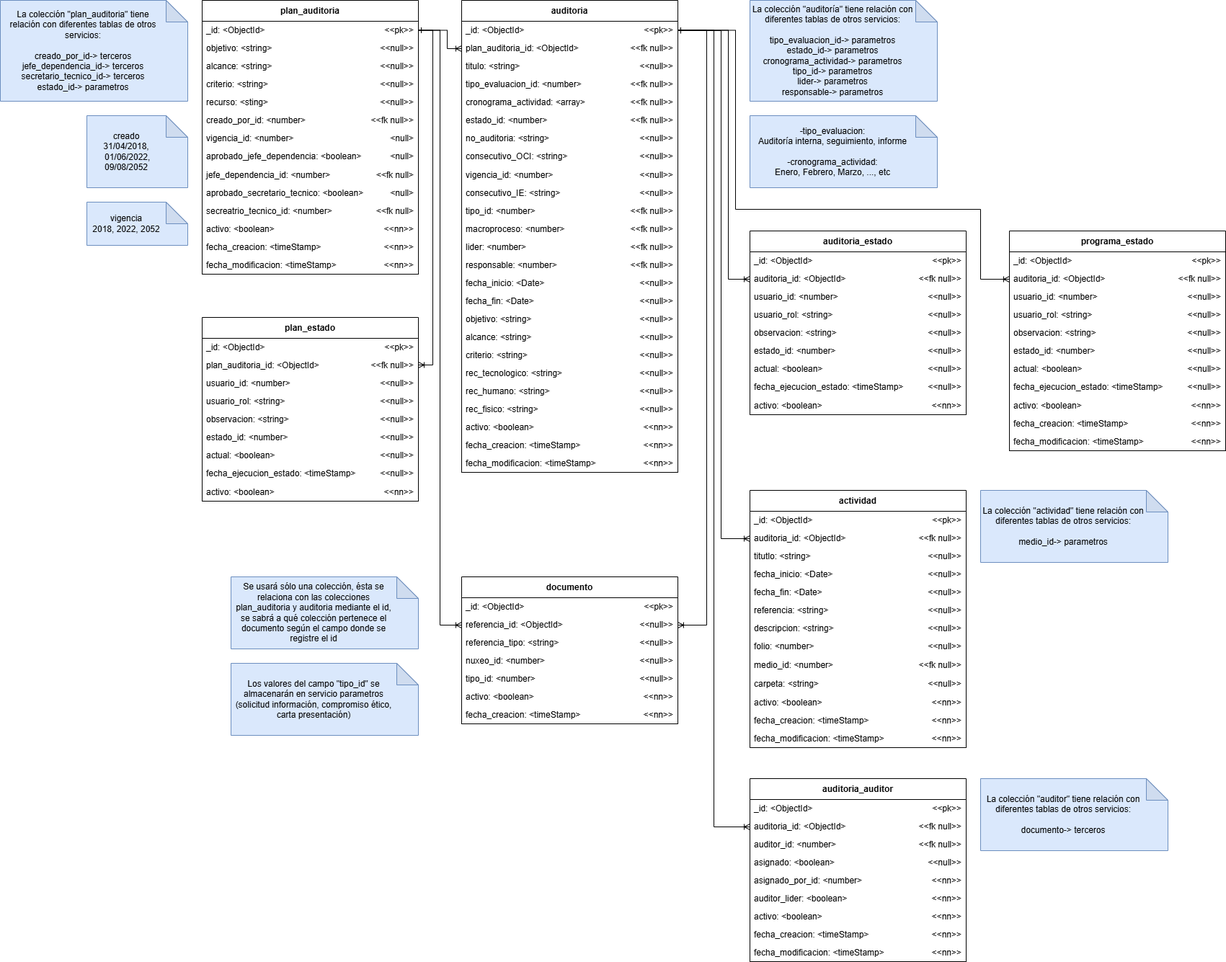
Before: database/plan_anual_de_auditoría_V7.png, a diagram exported from draw.io (udistrital/plan_anual_auditoria_crud). Source tidied: cells renumbered, new cells last; positions are measured from the earlier drawing's top-left corner, leaving out a move shared by most shapes.
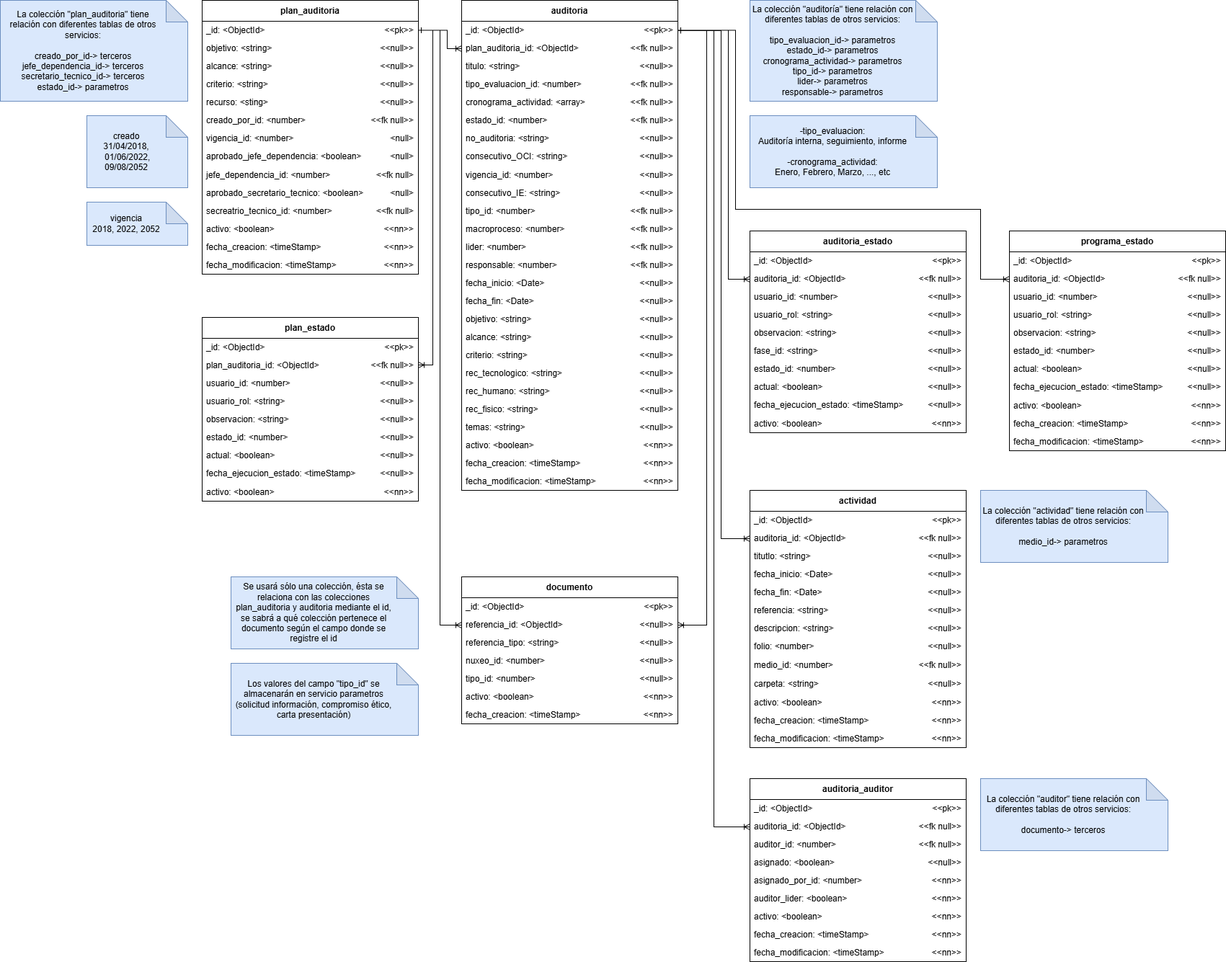
The same diagram one commit later.

Commit message:
feat: campo fase_id para los estados de las auditorias. udistrital/sisifo_documentacion#461

The edit, as a diff of the source:
```diff
@@ -149,10 +149,10 @@
       <mxGeometry x="1040" y="160" width="260" height="100" as="geometry" />
     </mxCell>
     <mxCell id="49" value="auditoria" style="swimlane;fontStyle=1;align=center;verticalAlign=middle;horizontal=1;startSize=29;html=1;whiteSpace=wrap;spacing=2;" parent="1" vertex="1">
-      <mxGeometry x="640" width="300" height="655" as="geometry" />
+      <mxGeometry x="640" width="300" height="680" as="geometry" />
     </mxCell>
     <mxCell id="50" style="shadow=0;fillColor=default;strokeColor=light-dark(#000000, #484848);spacing=2;" parent="49" vertex="1">
-      <mxGeometry y="29" width="300" height="626" as="geometry" />
+      <mxGeometry y="29" width="300" height="651" as="geometry" />
     </mxCell>
     <mxCell id="51" style="shape=tableRow;horizontal=0;startSize=0;swimlaneHead=0;swimlaneBody=0;top=0;left=0;bottom=0;right=0;fontStyle=0;fillColor=none;" parent="50" vertex="1">
       <mxGeometry width="300" height="25" as="geometry" />
@@ -352,8 +352,17 @@
     <mxCell id="116" value="&amp;lt;&amp;lt;null&amp;gt;&amp;gt;" style="strokeColor=none;fillColor=none;align=right;whiteSpace=wrap;html=1;spacing=6;" parent="114" vertex="1">
       <mxGeometry x="230" width="70" height="25" as="geometry" />
     </mxCell>
+    <mxCell id="326" style="shape=tableRow;horizontal=0;startSize=0;swimlaneHead=0;swimlaneBody=0;top=0;left=0;bottom=0;right=0;fontStyle=0;fillColor=none;" parent="50" vertex="1">
+      <mxGeometry y="551" width="300" height="25" as="geometry" />
+    </mxCell>
+    <mxCell id="327" value="temas: &amp;lt;string&amp;gt;" style="strokeColor=none;fillColor=none;align=left;whiteSpace=wrap;html=1;spacing=6;" parent="326" vertex="1">
+      <mxGeometry width="230" height="25" as="geometry" />
+    </mxCell>
+    <mxCell id="328" value="&amp;lt;&amp;lt;null&amp;gt;&amp;gt;" style="strokeColor=none;fillColor=none;align=right;whiteSpace=wrap;html=1;spacing=6;" parent="326" vertex="1">
+      <mxGeometry x="230" width="70" height="25" as="geometry" />
+    </mxCell>
     <mxCell id="117" style="shape=tableRow;horizontal=0;startSize=0;swimlaneHead=0;swimlaneBody=0;top=0;left=0;bottom=0;right=0;fontStyle=0;fillColor=none;" parent="50" vertex="1">
-      <mxGeometry y="551" width="300" height="25" as="geometry" />
+      <mxGeometry y="576" width="300" height="25" as="geometry" />
     </mxCell>
     <mxCell id="118" value="activo: &amp;lt;boolean&amp;gt;" style="strokeColor=none;fillColor=none;align=left;whiteSpace=wrap;html=1;spacing=6;" parent="117" vertex="1">
       <mxGeometry width="230" height="25" as="geometry" />
@@ -362,7 +371,7 @@
       <mxGeometry x="230" width="70" height="25" as="geometry" />
     </mxCell>
     <mxCell id="120" style="shape=tableRow;horizontal=0;startSize=0;swimlaneHead=0;swimlaneBody=0;top=0;left=0;bottom=0;right=0;fontStyle=0;fillColor=none;" parent="50" vertex="1">
-      <mxGeometry y="576" width="300" height="25" as="geometry" />
+      <mxGeometry y="601" width="300" height="25" as="geometry" />
     </mxCell>
     <mxCell id="121" value="fecha_creacion: &amp;lt;timeStamp&amp;gt;" style="strokeColor=none;fillColor=none;align=left;whiteSpace=wrap;html=1;spacing=6;" parent="120" vertex="1">
       <mxGeometry width="230" height="25" as="geometry" />
@@ -371,7 +380,7 @@
       <mxGeometry x="230" width="70" height="25" as="geometry" />
     </mxCell>
     <mxCell id="123" style="shape=tableRow;horizontal=0;startSize=0;swimlaneHead=0;swimlaneBody=0;top=0;left=0;bottom=0;right=0;fontStyle=0;fillColor=none;" parent="50" vertex="1">
-      <mxGeometry y="601" width="300" height="25" as="geometry" />
+      <mxGeometry y="626" width="300" height="25" as="geometry" />
     </mxCell>
     <mxCell id="124" value="fecha_modificacion: &amp;lt;timeStamp&amp;gt;" style="strokeColor=none;fillColor=none;align=left;whiteSpace=wrap;html=1;spacing=6;" parent="123" vertex="1">
       <mxGeometry width="230" height="25" as="geometry" />
@@ -380,10 +389,10 @@
       <mxGeometry x="230" width="70" height="25" as="geometry" />
     </mxCell>
     <mxCell id="126" value="auditoria_estado" style="swimlane;fontStyle=1;align=center;verticalAlign=middle;horizontal=1;startSize=29;html=1;whiteSpace=wrap;spacing=2;" parent="1" vertex="1">
-      <mxGeometry x="1040" y="320" width="300" height="255" as="geometry" />
+      <mxGeometry x="1040" y="320" width="300" height="280" as="geometry" />
     </mxCell>
     <mxCell id="127" style="shadow=0;fillColor=default;strokeColor=light-dark(#000000, #484848);spacing=2;" parent="126" vertex="1">
-      <mxGeometry y="29" width="300" height="226" as="geometry" />
+      <mxGeometry y="29" width="300" height="251" as="geometry" />
     </mxCell>
     <mxCell id="128" style="shape=tableRow;horizontal=0;startSize=0;swimlaneHead=0;swimlaneBody=0;top=0;left=0;bottom=0;right=0;fontStyle=0;fillColor=none;" parent="127" vertex="1">
       <mxGeometry width="300" height="25" as="geometry" />
@@ -430,8 +439,17 @@
     <mxCell id="142" value="&amp;lt;&amp;lt;null&amp;gt;&amp;gt;" style="strokeColor=none;fillColor=none;align=right;whiteSpace=wrap;html=1;spacing=6;" parent="140" vertex="1">
       <mxGeometry x="227" width="73" height="25" as="geometry" />
     </mxCell>
+    <mxCell id="329" style="shape=tableRow;horizontal=0;startSize=0;swimlaneHead=0;swimlaneBody=0;top=0;left=0;bottom=0;right=0;fontStyle=0;fillColor=none;" parent="127" vertex="1">
+      <mxGeometry y="125" width="300" height="25" as="geometry" />
+    </mxCell>
+    <mxCell id="330" value="&lt;span style=&quot;&quot;&gt;fase_id: &amp;lt;string&amp;gt;&lt;/span&gt;" style="strokeColor=none;fillColor=none;align=left;whiteSpace=wrap;html=1;spacing=6;" parent="329" vertex="1">
+      <mxGeometry width="227" height="25" as="geometry" />
+    </mxCell>
+    <mxCell id="331" value="&amp;lt;&amp;lt;null&amp;gt;&amp;gt;" style="strokeColor=none;fillColor=none;align=right;whiteSpace=wrap;html=1;spacing=6;" parent="329" vertex="1">
+      <mxGeometry x="227" width="73" height="25" as="geometry" />
+    </mxCell>
     <mxCell id="143" style="shape=tableRow;horizontal=0;startSize=0;swimlaneHead=0;swimlaneBody=0;top=0;left=0;bottom=0;right=0;fontStyle=0;fillColor=none;" parent="127" vertex="1">
-      <mxGeometry y="125" width="300" height="25" as="geometry" />
+      <mxGeometry y="150" width="300" height="25" as="geometry" />
     </mxCell>
     <mxCell id="144" value="estado_id: &amp;lt;number&amp;gt;" style="strokeColor=none;fillColor=none;align=left;whiteSpace=wrap;html=1;spacing=6;" parent="143" vertex="1">
       <mxGeometry width="227" height="25" as="geometry" />
@@ -440,7 +458,7 @@
       <mxGeometry x="227" width="73" height="25" as="geometry" />
     </mxCell>
     <mxCell id="146" style="shape=tableRow;horizontal=0;startSize=0;swimlaneHead=0;swimlaneBody=0;top=0;left=0;bottom=0;right=0;fontStyle=0;fillColor=none;" parent="127" vertex="1">
-      <mxGeometry y="150" width="300" height="25" as="geometry" />
+      <mxGeometry y="175" width="300" height="25" as="geometry" />
     </mxCell>
     <mxCell id="147" value="actual: &amp;lt;boolean&amp;gt;" style="strokeColor=none;fillColor=none;align=left;whiteSpace=wrap;html=1;spacing=6;" parent="146" vertex="1">
       <mxGeometry width="227" height="25" as="geometry" />
@@ -449,7 +467,7 @@
       <mxGeometry x="227" width="73" height="25" as="geometry" />
     </mxCell>
     <mxCell id="149" style="shape=tableRow;horizontal=0;startSize=0;swimlaneHead=0;swimlaneBody=0;top=0;left=0;bottom=0;right=0;fontStyle=0;fillColor=none;" parent="127" vertex="1">
-      <mxGeometry y="175" width="300" height="26" as="geometry" />
+      <mxGeometry y="200" width="300" height="26" as="geometry" />
     </mxCell>
     <mxCell id="150" value="fecha_ejecucion_estado: &amp;lt;timeStamp&amp;gt;" style="strokeColor=none;fillColor=none;align=left;whiteSpace=wrap;html=1;spacing=6;" parent="149" vertex="1">
       <mxGeometry width="227" height="26" as="geometry" />
@@ -458,7 +476,7 @@
       <mxGeometry x="227" width="73" height="26" as="geometry" />
     </mxCell>
     <mxCell id="152" style="shape=tableRow;horizontal=0;startSize=0;swimlaneHead=0;swimlaneBody=0;top=0;left=0;bottom=0;right=0;fontStyle=0;fillColor=none;" parent="127" vertex="1">
-      <mxGeometry y="201" width="300" height="25" as="geometry" />
+      <mxGeometry y="226" width="300" height="25" as="geometry" />
     </mxCell>
     <mxCell id="153" value="activo: &amp;lt;boolean&amp;gt;" style="strokeColor=none;fillColor=none;align=left;whiteSpace=wrap;html=1;spacing=6;" parent="152" vertex="1">
       <mxGeometry width="227" height="25" as="geometry" />
```
